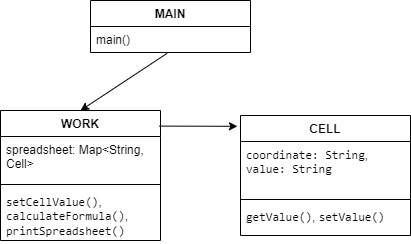
Earlier version of the draw.io export Domain_Model.drawio.png (hniina/Software_Architecture_project). Source tidied: cells renumbered, new cells last; positions are measured from the earlier drawing's top-left corner, leaving out a move shared by most shapes. The source it was exported from:
```xml
<mxGraphModel>
  <root>
    <mxCell id="0" />
    <mxCell id="1" parent="0" />
    <mxCell id="2" value="WORK" style="swimlane;fontStyle=1;align=center;verticalAlign=top;horizontal=1;startSize=26;whiteSpace=wrap;html=1;" parent="1" vertex="1">
      <mxGeometry y="110" width="160" height="130" as="geometry" />
    </mxCell>
    <mxCell id="3" value="spreadsheet: Map&amp;lt;String, Cell&amp;gt;" style="text;strokeColor=none;fillColor=none;align=left;verticalAlign=top;spacingLeft=4;spacingRight=4;overflow=hidden;whiteSpace=wrap;html=1;" parent="2" vertex="1">
      <mxGeometry y="26" width="160" height="44" as="geometry" />
    </mxCell>
    <mxCell id="4" style="line;strokeWidth=1;fillColor=none;align=left;verticalAlign=middle;spacingTop=-1;spacingLeft=3;spacingRight=3;labelPosition=right;strokeColor=inherit;" parent="2" vertex="1">
      <mxGeometry y="70" width="160" height="8" as="geometry" />
    </mxCell>
    <mxCell id="5" value="&lt;code&gt;setCellValue()&lt;/code&gt;, &lt;code&gt;calculateFormula()&lt;/code&gt;, &lt;code&gt;printSpreadsheet()&lt;/code&gt;" style="text;strokeColor=none;fillColor=none;align=left;verticalAlign=top;spacingLeft=4;spacingRight=4;overflow=hidden;whiteSpace=wrap;html=1;" parent="2" vertex="1">
      <mxGeometry y="78" width="160" height="52" as="geometry" />
    </mxCell>
    <mxCell id="6" value="CELL" style="swimlane;fontStyle=1;align=center;verticalAlign=top;horizontal=1;startSize=26;whiteSpace=wrap;html=1;" parent="1" vertex="1">
      <mxGeometry x="240" y="115" width="170" height="120" as="geometry" />
    </mxCell>
    <mxCell id="7" value="&lt;code&gt;coordinate: String&lt;/code&gt;, &lt;code&gt;value: String&lt;/code&gt;" style="text;strokeColor=none;fillColor=none;align=left;verticalAlign=top;spacingLeft=4;spacingRight=4;overflow=hidden;whiteSpace=wrap;html=1;" parent="6" vertex="1">
      <mxGeometry y="26" width="170" height="54" as="geometry" />
    </mxCell>
    <mxCell id="8" style="line;strokeWidth=1;fillColor=none;align=left;verticalAlign=middle;spacingTop=-1;spacingLeft=3;spacingRight=3;labelPosition=right;strokeColor=inherit;" parent="6" vertex="1">
      <mxGeometry y="80" width="170" height="8" as="geometry" />
    </mxCell>
    <mxCell id="9" value="&lt;code&gt;getValue()&lt;/code&gt;, &lt;code&gt;setValue()&lt;/code&gt;" style="text;strokeColor=none;fillColor=none;align=left;verticalAlign=top;spacingLeft=4;spacingRight=4;overflow=hidden;whiteSpace=wrap;html=1;" parent="6" vertex="1">
      <mxGeometry y="88" width="170" height="32" as="geometry" />
    </mxCell>
    <mxCell id="10" value="MAIN" style="swimlane;fontStyle=1;align=center;verticalAlign=top;horizontal=1;startSize=26;whiteSpace=wrap;html=1;" parent="1" vertex="1">
      <mxGeometry x="90" width="160" height="52" as="geometry" />
    </mxCell>
    <mxCell id="11" value="main()" style="text;strokeColor=none;fillColor=none;align=left;verticalAlign=top;spacingLeft=4;spacingRight=4;overflow=hidden;points=[[0,0.5],[1,0.5]];portConstraint=eastwest;whiteSpace=wrap;html=1;" parent="10" vertex="1">
      <mxGeometry y="26" width="160" height="26" as="geometry" />
    </mxCell>
    <mxCell id="12" style="endArrow=classic;html=1;rounded=0;exitX=0.479;exitY=1.031;exitDx=0;exitDy=0;entryX=0.5;entryY=0;entryDx=0;entryDy=0;exitPerimeter=0;" parent="1" edge="1" source="11" target="2">
      <mxGeometry relative="1" as="geometry" />
    </mxCell>
    <mxCell id="13" style="endArrow=classic;html=1;rounded=0;entryX=-0.018;entryY=0.09;entryDx=0;entryDy=0;entryPerimeter=0;exitX=0.991;exitY=0.12;exitDx=0;exitDy=0;exitPerimeter=0;" parent="1" edge="1" source="2" target="6">
      <mxGeometry relative="1" as="geometry" />
    </mxCell>
  </root>
</mxGraphModel>
```
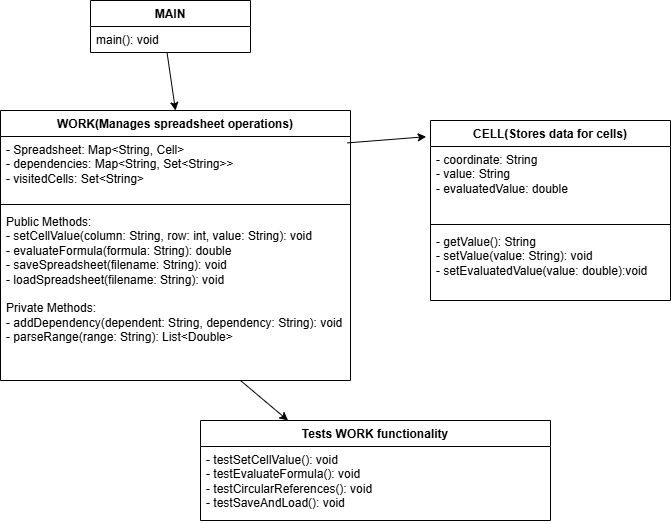
The same diagram one commit later.

What changed in the source:
```diff
@@ -2,34 +2,39 @@
   <root>
     <mxCell id="0" />
     <mxCell id="1" parent="0" />
-    <mxCell id="2" value="WORK" style="swimlane;fontStyle=1;align=center;verticalAlign=top;horizontal=1;startSize=26;whiteSpace=wrap;html=1;" parent="1" vertex="1">
-      <mxGeometry y="110" width="160" height="130" as="geometry" />
+    <mxCell id="2" value="WORK(Manages spreadsheet operations)" style="swimlane;fontStyle=1;align=center;verticalAlign=top;horizontal=1;startSize=26;whiteSpace=wrap;html=1;" parent="1" vertex="1">
+      <mxGeometry y="110" width="350" height="270" as="geometry" />
     </mxCell>
-    <mxCell id="3" value="spreadsheet: Map&amp;lt;String, Cell&amp;gt;" style="text;strokeColor=none;fillColor=none;align=left;verticalAlign=top;spacingLeft=4;spacingRight=4;overflow=hidden;whiteSpace=wrap;html=1;" parent="2" vertex="1">
-      <mxGeometry y="26" width="160" height="44" as="geometry" />
+    <mxCell id="3" value="&lt;span class=&quot;hljs-operator&quot;&gt;-&lt;/span&gt;&amp;nbsp;S&lt;span class=&quot;hljs-variable&quot;&gt;preadsheet&lt;/span&gt;&lt;span class=&quot;hljs-operator&quot;&gt;:&lt;/span&gt; &lt;span class=&quot;hljs-built_in&quot;&gt;Map&lt;/span&gt;&lt;span class=&quot;hljs-operator&quot;&gt;&amp;lt;&lt;/span&gt;&lt;span class=&quot;hljs-built_in&quot;&gt;String&lt;/span&gt;&lt;span class=&quot;hljs-operator&quot;&gt;,&lt;/span&gt; &lt;span class=&quot;hljs-built_in&quot;&gt;Cell&lt;/span&gt;&lt;span class=&quot;hljs-operator&quot;&gt;&amp;gt;&lt;/span&gt;&lt;div&gt;&lt;span class=&quot;hljs-variable&quot;&gt;- dependencies&lt;/span&gt;&lt;span class=&quot;hljs-operator&quot;&gt;:&lt;/span&gt; &lt;span class=&quot;hljs-built_in&quot;&gt;Map&lt;/span&gt;&lt;span class=&quot;hljs-operator&quot;&gt;&amp;lt;&lt;/span&gt;&lt;span class=&quot;hljs-built_in&quot;&gt;String,&amp;nbsp;&lt;/span&gt;&lt;span class=&quot;hljs-built_in&quot;&gt;Set&lt;/span&gt;&lt;span class=&quot;hljs-operator&quot;&gt;&amp;lt;&lt;/span&gt;&lt;span class=&quot;hljs-built_in&quot;&gt;String&lt;/span&gt;&lt;span class=&quot;hljs-operator&quot;&gt;&amp;gt;&amp;gt;&lt;/span&gt;&amp;nbsp;&lt;/div&gt;&lt;div&gt;&lt;span class=&quot;hljs-operator&quot;&gt;-&lt;/span&gt; &lt;span class=&quot;hljs-variable&quot;&gt;visitedCells&lt;/span&gt;&lt;span class=&quot;hljs-operator&quot;&gt;:&lt;/span&gt; &lt;span class=&quot;hljs-built_in&quot;&gt;Set&lt;/span&gt;&lt;span class=&quot;hljs-operator&quot;&gt;&amp;lt;&lt;/span&gt;&lt;span class=&quot;hljs-built_in&quot;&gt;String&lt;/span&gt;&lt;span class=&quot;hljs-operator&quot;&gt;&amp;gt;&lt;/span&gt;&lt;/div&gt;" style="text;strokeColor=none;fillColor=none;align=left;verticalAlign=top;spacingLeft=4;spacingRight=4;overflow=hidden;whiteSpace=wrap;html=1;" parent="2" vertex="1">
+      <mxGeometry y="26" width="350" height="64" as="geometry" />
     </mxCell>
     <mxCell id="4" style="line;strokeWidth=1;fillColor=none;align=left;verticalAlign=middle;spacingTop=-1;spacingLeft=3;spacingRight=3;labelPosition=right;strokeColor=inherit;" parent="2" vertex="1">
-      <mxGeometry y="70" width="160" height="8" as="geometry" />
+      <mxGeometry y="90" width="350" height="8" as="geometry" />
     </mxCell>
-    <mxCell id="5" value="&lt;code&gt;setCellValue()&lt;/code&gt;, &lt;code&gt;calculateFormula()&lt;/code&gt;, &lt;code&gt;printSpreadsheet()&lt;/code&gt;" style="text;strokeColor=none;fillColor=none;align=left;verticalAlign=top;spacingLeft=4;spacingRight=4;overflow=hidden;whiteSpace=wrap;html=1;" parent="2" vertex="1">
-      <mxGeometry y="78" width="160" height="52" as="geometry" />
+    <mxCell id="5" value="Public Methods:&lt;br&gt;- setCellValue(column: String, row: int, value: String): void&lt;br&gt;- evaluateFormula(formula: String): double&lt;br&gt;- saveSpreadsheet(filename: String): void&lt;br&gt;- loadSpreadsheet(filename: String): void&lt;div&gt;&lt;br&gt;&lt;/div&gt;&lt;div&gt;Private Methods:&amp;nbsp;&lt;/div&gt;&lt;div&gt;- addDependency(dependent: String, dependency: String): void&lt;br/&gt;- parseRange(range: String): List&amp;lt;Double&amp;gt;&lt;/div&gt;" style="text;strokeColor=none;fillColor=none;align=left;verticalAlign=top;spacingLeft=4;spacingRight=4;overflow=hidden;whiteSpace=wrap;html=1;" parent="2" vertex="1">
+      <mxGeometry y="98" width="350" height="172" as="geometry" />
     </mxCell>
+    <mxCell id="14" style="endArrow=classic;html=1;rounded=0;entryX=0.25;entryY=0;entryDx=0;entryDy=0;exitX=0.991;exitY=0.12;exitDx=0;exitDy=0;exitPerimeter=0;" parent="2" edge="1" target="15">
+      <mxGeometry relative="1" as="geometry">
+        <mxPoint x="240" y="270" as="sourcePoint" />
+      </mxGeometry>
+    </mxCell>
-    <mxCell id="6" value="CELL" style="swimlane;fontStyle=1;align=center;verticalAlign=top;horizontal=1;startSize=26;whiteSpace=wrap;html=1;" parent="1" vertex="1">
-      <mxGeometry x="240" y="115" width="170" height="120" as="geometry" />
+    <mxCell id="6" value="CELL(Stores data for cells)" style="swimlane;fontStyle=1;align=center;verticalAlign=top;horizontal=1;startSize=26;whiteSpace=wrap;html=1;" parent="1" vertex="1">
+      <mxGeometry x="430" y="120" width="240" height="180" as="geometry" />
     </mxCell>
-    <mxCell id="7" value="&lt;code&gt;coordinate: String&lt;/code&gt;, &lt;code&gt;value: String&lt;/code&gt;" style="text;strokeColor=none;fillColor=none;align=left;verticalAlign=top;spacingLeft=4;spacingRight=4;overflow=hidden;whiteSpace=wrap;html=1;" parent="6" vertex="1">
-      <mxGeometry y="26" width="170" height="54" as="geometry" />
+    <mxCell id="7" value="- coordinate: &lt;span class=&quot;hljs-type&quot;&gt;String&lt;/span&gt;&lt;br&gt;- value: &lt;span class=&quot;hljs-type&quot;&gt;String&lt;/span&gt;&lt;br&gt;- evaluatedValue: &lt;span class=&quot;hljs-type&quot;&gt;double&lt;/span&gt;" style="text;strokeColor=none;fillColor=none;align=left;verticalAlign=top;spacingLeft=4;spacingRight=4;overflow=hidden;whiteSpace=wrap;html=1;" parent="6" vertex="1">
+      <mxGeometry y="26" width="240" height="74" as="geometry" />
     </mxCell>
     <mxCell id="8" style="line;strokeWidth=1;fillColor=none;align=left;verticalAlign=middle;spacingTop=-1;spacingLeft=3;spacingRight=3;labelPosition=right;strokeColor=inherit;" parent="6" vertex="1">
-      <mxGeometry y="80" width="170" height="8" as="geometry" />
+      <mxGeometry y="100" width="240" height="8" as="geometry" />
     </mxCell>
-    <mxCell id="9" value="&lt;code&gt;getValue()&lt;/code&gt;, &lt;code&gt;setValue()&lt;/code&gt;" style="text;strokeColor=none;fillColor=none;align=left;verticalAlign=top;spacingLeft=4;spacingRight=4;overflow=hidden;whiteSpace=wrap;html=1;" parent="6" vertex="1">
-      <mxGeometry y="88" width="170" height="32" as="geometry" />
+    <mxCell id="9" value="- getValue(): &lt;span class=&quot;hljs-type&quot;&gt;String&lt;/span&gt;&lt;br&gt;- setValue(value: &lt;span class=&quot;hljs-type&quot;&gt;String&lt;/span&gt;): void&lt;br&gt;- setEvaluatedValue(value: &lt;span class=&quot;hljs-type&quot;&gt;double&lt;/span&gt;):void" style="text;strokeColor=none;fillColor=none;align=left;verticalAlign=top;spacingLeft=4;spacingRight=4;overflow=hidden;whiteSpace=wrap;html=1;" parent="6" vertex="1">
+      <mxGeometry y="108" width="240" height="72" as="geometry" />
     </mxCell>
     <mxCell id="10" value="MAIN" style="swimlane;fontStyle=1;align=center;verticalAlign=top;horizontal=1;startSize=26;whiteSpace=wrap;html=1;" parent="1" vertex="1">
       <mxGeometry x="90" width="160" height="52" as="geometry" />
     </mxCell>
-    <mxCell id="11" value="main()" style="text;strokeColor=none;fillColor=none;align=left;verticalAlign=top;spacingLeft=4;spacingRight=4;overflow=hidden;points=[[0,0.5],[1,0.5]];portConstraint=eastwest;whiteSpace=wrap;html=1;" parent="10" vertex="1">
+    <mxCell id="11" value="main(): void&amp;nbsp;" style="text;strokeColor=none;fillColor=none;align=left;verticalAlign=top;spacingLeft=4;spacingRight=4;overflow=hidden;points=[[0,0.5],[1,0.5]];portConstraint=eastwest;whiteSpace=wrap;html=1;" parent="10" vertex="1">
       <mxGeometry y="26" width="160" height="26" as="geometry" />
     </mxCell>
     <mxCell id="12" style="endArrow=classic;html=1;rounded=0;exitX=0.479;exitY=1.031;exitDx=0;exitDy=0;entryX=0.5;entryY=0;entryDx=0;entryDy=0;exitPerimeter=0;" parent="1" edge="1" source="11" target="2">
@@ -38,5 +43,11 @@
     <mxCell id="13" style="endArrow=classic;html=1;rounded=0;entryX=-0.018;entryY=0.09;entryDx=0;entryDy=0;entryPerimeter=0;exitX=0.991;exitY=0.12;exitDx=0;exitDy=0;exitPerimeter=0;" parent="1" edge="1" source="2" target="6">
       <mxGeometry relative="1" as="geometry" />
     </mxCell>
+    <mxCell id="15" value="Tests WORK functionality" style="swimlane;fontStyle=1;align=center;verticalAlign=top;horizontal=1;startSize=26;whiteSpace=wrap;html=1;" parent="1" vertex="1">
+      <mxGeometry x="200" y="420" width="350" height="100" as="geometry" />
+    </mxCell>
+    <mxCell id="16" value="- testSetCellValue(): void&lt;br&gt;- testEvaluateFormula(): void&lt;br&gt;- testCircularReferences(): void&lt;br&gt;- testSaveAndLoad(): void" style="text;strokeColor=none;fillColor=none;align=left;verticalAlign=top;spacingLeft=4;spacingRight=4;overflow=hidden;whiteSpace=wrap;html=1;" parent="15" vertex="1">
+      <mxGeometry y="26" width="350" height="74" as="geometry" />
+    </mxCell>
   </root>
 </mxGraphModel>
```
